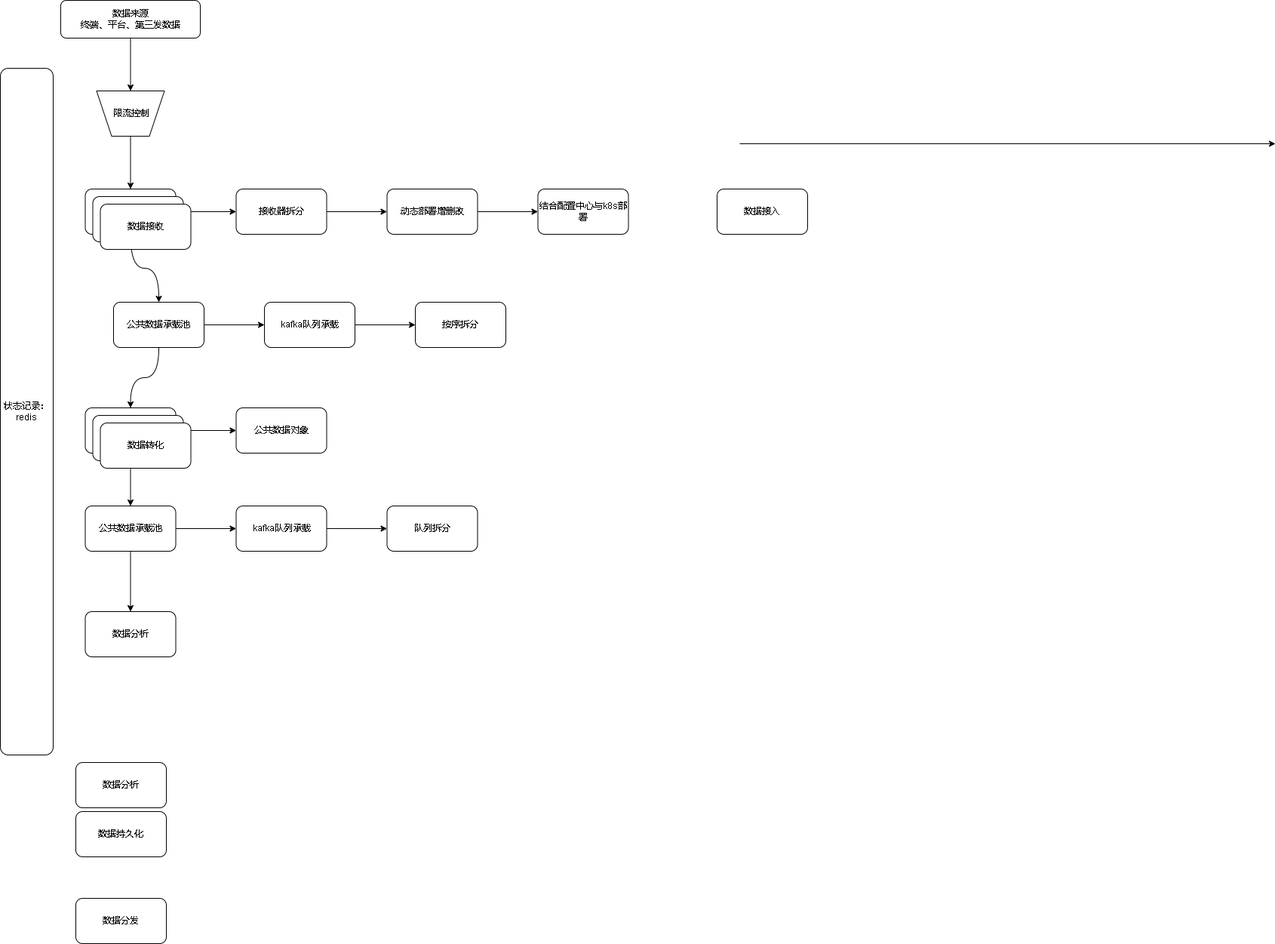
Above: 808后台架构.drawio.png in xktder/draw (draw.io), before the change. Source tidied: cells renumbered, new cells last; positions are measured from the earlier drawing's top-left corner, leaving out a move shared by most shapes.
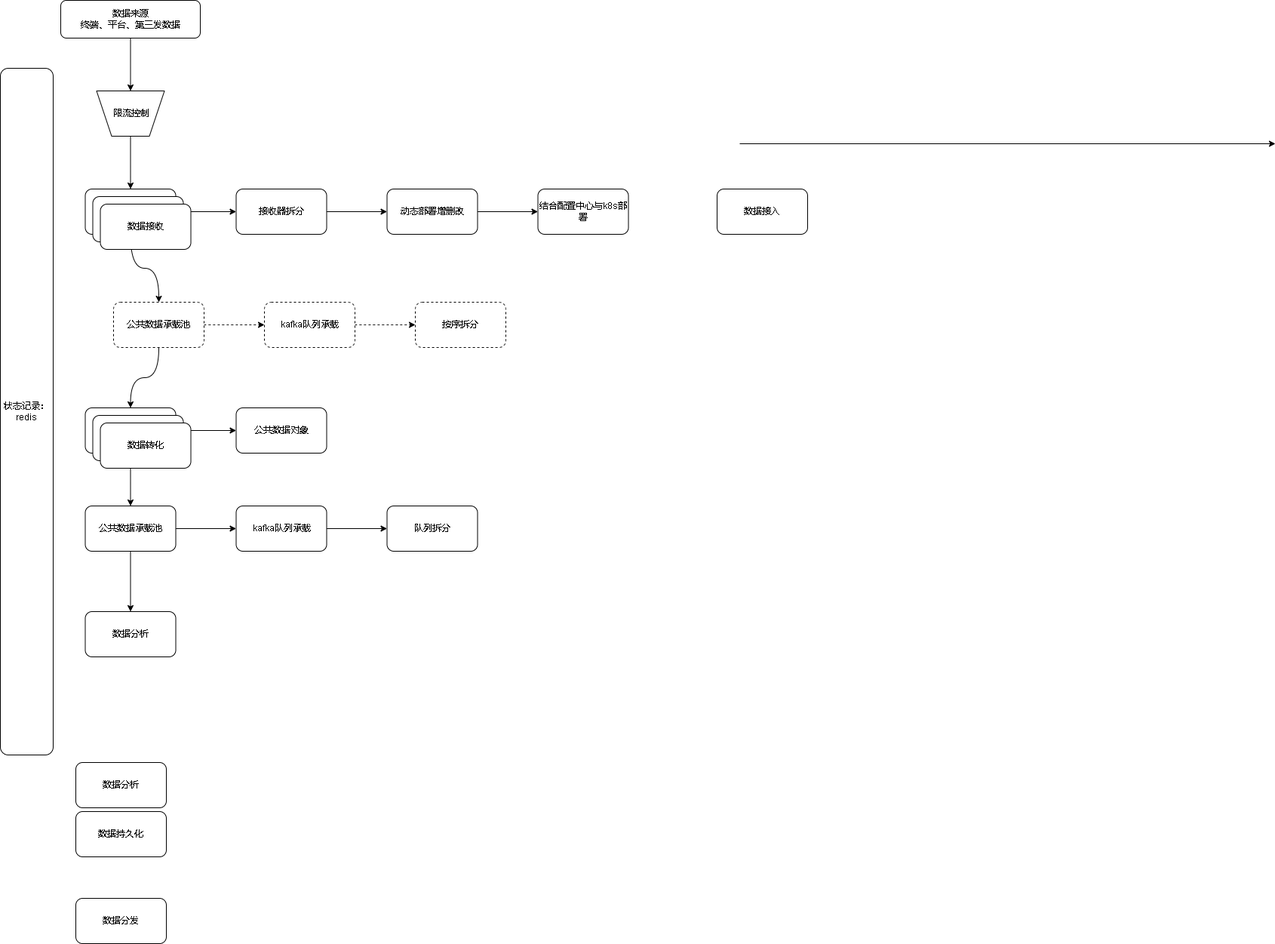
The same file after the commit.

Commit message:
更新808后台架构.drawio.png

The edit, as a diff of the source:
```diff
@@ -92,22 +92,22 @@
     <mxCell id="30" value="限流控制" style="text;html=1;align=center;verticalAlign=middle;strokeColor=none;fillColor=none;" parent="1" vertex="1">
       <mxGeometry x="137.5" y="135" width="70" height="30" as="geometry" />
     </mxCell>
-    <mxCell id="31" style="edgeStyle=orthogonalEdgeStyle;curved=1;rounded=0;jettySize=auto;html=1;" parent="1" edge="1" source="33" target="35">
+    <mxCell id="31" style="edgeStyle=orthogonalEdgeStyle;curved=1;rounded=0;jettySize=auto;html=1;dashed=1;" parent="1" edge="1" source="33" target="35">
       <mxGeometry relative="1" as="geometry" />
     </mxCell>
     <mxCell id="32" style="edgeStyle=orthogonalEdgeStyle;curved=1;rounded=0;jettySize=auto;html=1;" parent="1" edge="1" source="33" target="17">
       <mxGeometry relative="1" as="geometry" />
     </mxCell>
-    <mxCell id="33" value="公共数据承载池" style="whiteSpace=wrap;html=1;rounded=1;" parent="1" vertex="1">
+    <mxCell id="33" value="公共数据承载池" style="whiteSpace=wrap;html=1;rounded=1;dashed=1;" parent="1" vertex="1">
       <mxGeometry x="150" y="400" width="120" height="60" as="geometry" />
     </mxCell>
-    <mxCell id="34" style="edgeStyle=orthogonalEdgeStyle;curved=1;rounded=0;jettySize=auto;html=1;" parent="1" edge="1" source="35" target="36">
+    <mxCell id="34" style="edgeStyle=orthogonalEdgeStyle;curved=1;rounded=0;jettySize=auto;html=1;dashed=1;" parent="1" edge="1" source="35" target="36">
       <mxGeometry relative="1" as="geometry" />
     </mxCell>
-    <mxCell id="35" value="kafka队列承载" style="whiteSpace=wrap;html=1;rounded=1;" parent="1" vertex="1">
+    <mxCell id="35" value="kafka队列承载" style="whiteSpace=wrap;html=1;rounded=1;dashed=1;" parent="1" vertex="1">
       <mxGeometry x="350" y="400" width="120" height="60" as="geometry" />
     </mxCell>
-    <mxCell id="36" value="按序拆分" style="whiteSpace=wrap;html=1;rounded=1;" parent="1" vertex="1">
+    <mxCell id="36" value="按序拆分" style="whiteSpace=wrap;html=1;rounded=1;dashed=1;" parent="1" vertex="1">
       <mxGeometry x="550" y="400" width="120" height="60" as="geometry" />
     </mxCell>
     <mxCell id="37" value="状态记录：&lt;br&gt;redis" style="rounded=1;whiteSpace=wrap;html=1;" parent="1" vertex="1">
```
